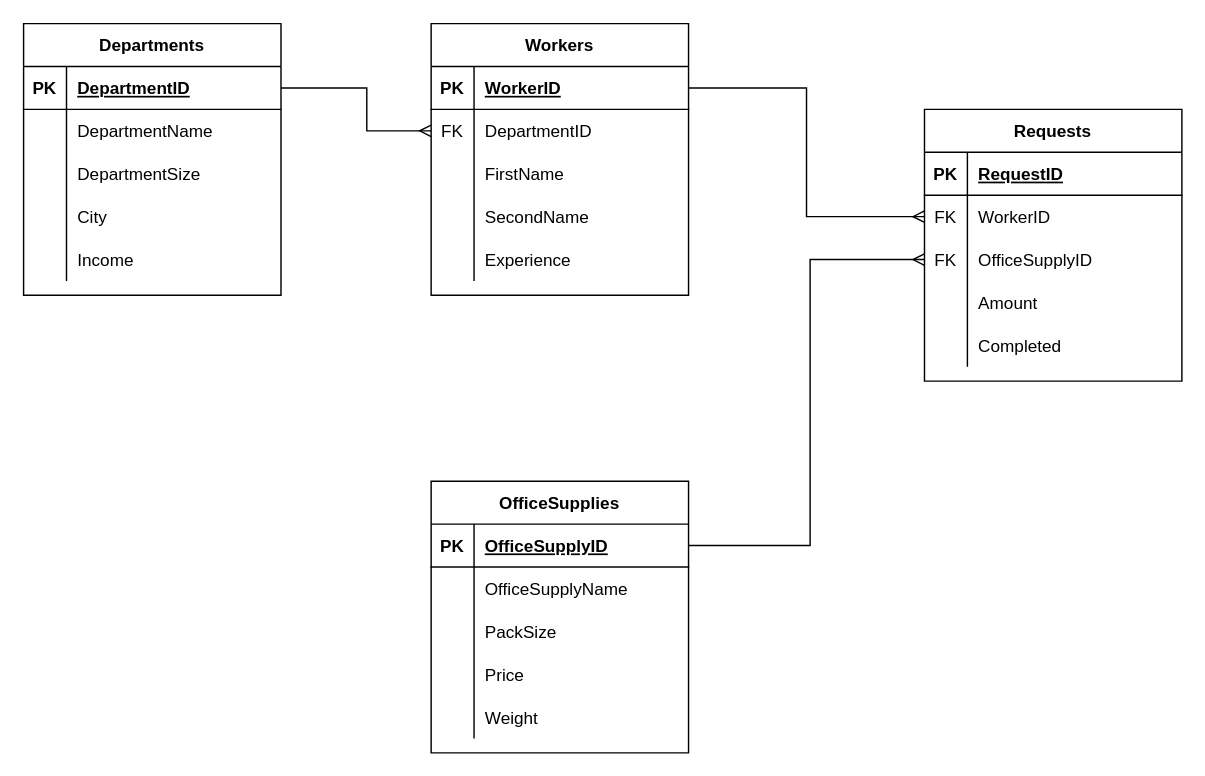
The draw.io diagram page "Страница 1" (1 of 2) of lab1/Model.drawio in alena-zayts/BMSTU_5sem_databases, before the edit. Source tidied: cells renumbered, new cells numbered last; positions are measured from the earlier drawing's top-left corner, leaving out a move shared by most shapes. Both pictures are drawn from the tidied source at 143%, with x=0, y=0 at pixel (23, 23).
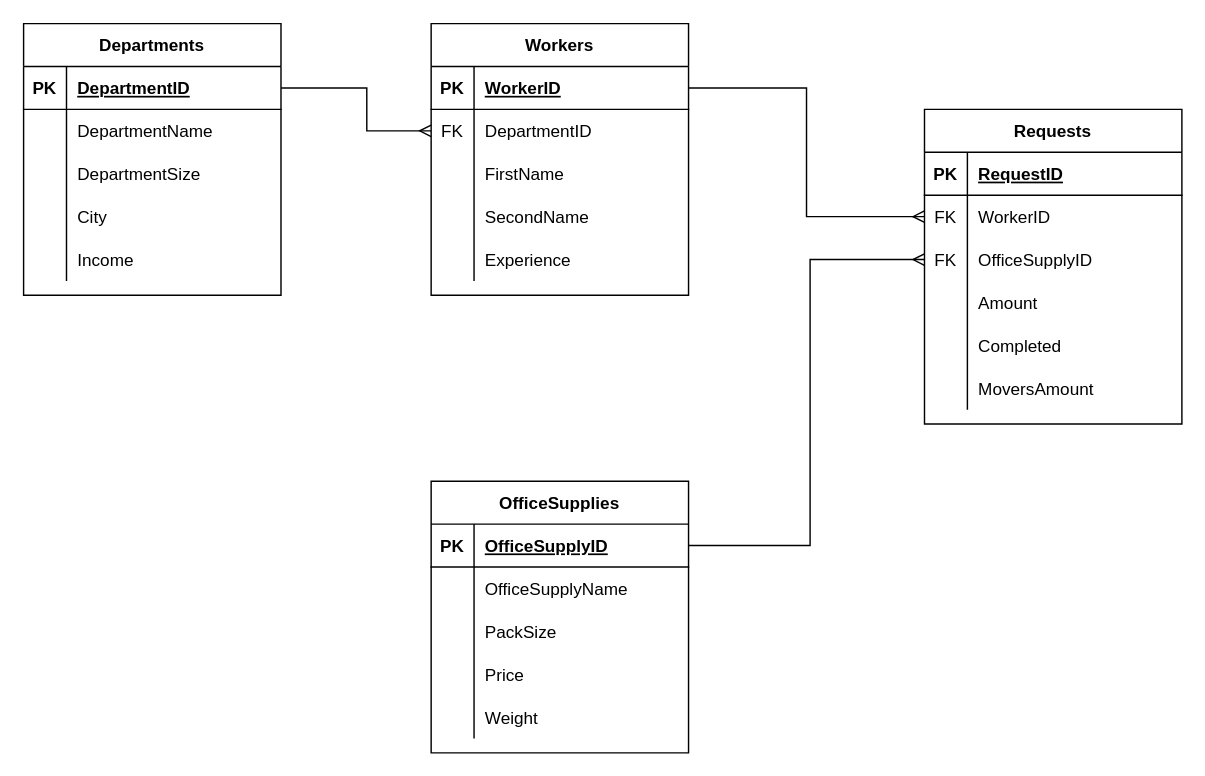
Above is the later version.

Diff of the diagram source:
```diff
@@
     <mxCell id="2" value="Requests" style="shape=table;startSize=30;childLayout=tableLayout;rowLines=0;fontStyle=1;align=center;" parent="1" vertex="1">
-      <mxGeometry x="630" y="60" width="180" height="190" as="geometry" />
+      <mxGeometry x="630" y="60" width="180" height="220" as="geometry" />
     </mxCell>
@@
+    <mxCell id="69" style="shape=partialRectangle;fillColor=none;top=0;left=0;bottom=0;right=0;" parent="2" vertex="1">
+      <mxGeometry y="180" width="180" height="30" as="geometry" />
+    </mxCell>
+    <mxCell id="70" style="shape=partialRectangle;fillColor=none;top=0;left=0;bottom=0;right=0;overflow=hidden;" parent="69" vertex="1">
+      <mxGeometry width="30" height="30" as="geometry" />
+    </mxCell>
+    <mxCell id="71" value="MoversAmount" style="shape=partialRectangle;fillColor=none;top=0;left=0;bottom=0;right=0;align=left;spacingLeft=6;overflow=hidden;" parent="69" vertex="1">
+      <mxGeometry x="30" width="150" height="30" as="geometry" />
+    </mxCell>
```
